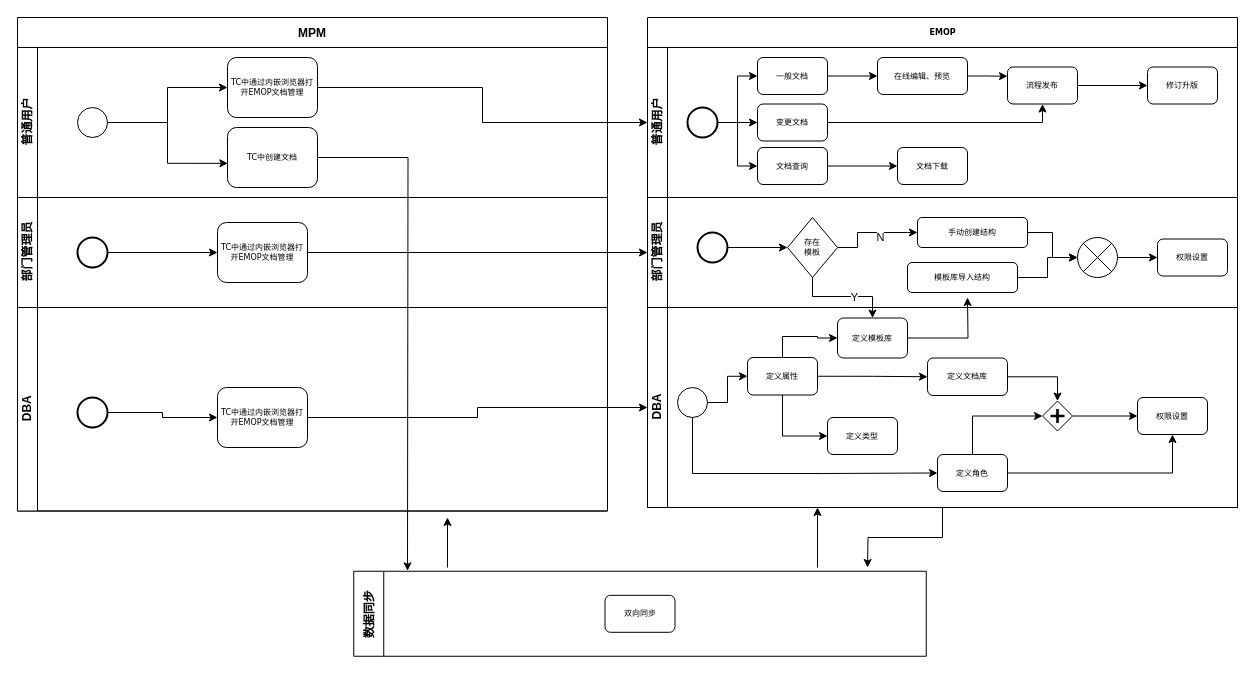
Earlier version of the draw.io diagram doc-wf-changan.drawio (lvmq/emop). Source tidied: cells renumbered, new cells numbered last; positions are measured from the earlier drawing's top-left corner, leaving out a move shared by most shapes. Both pictures are drawn from the tidied source at 100%, with x=0, y=0 at pixel (17, 17).
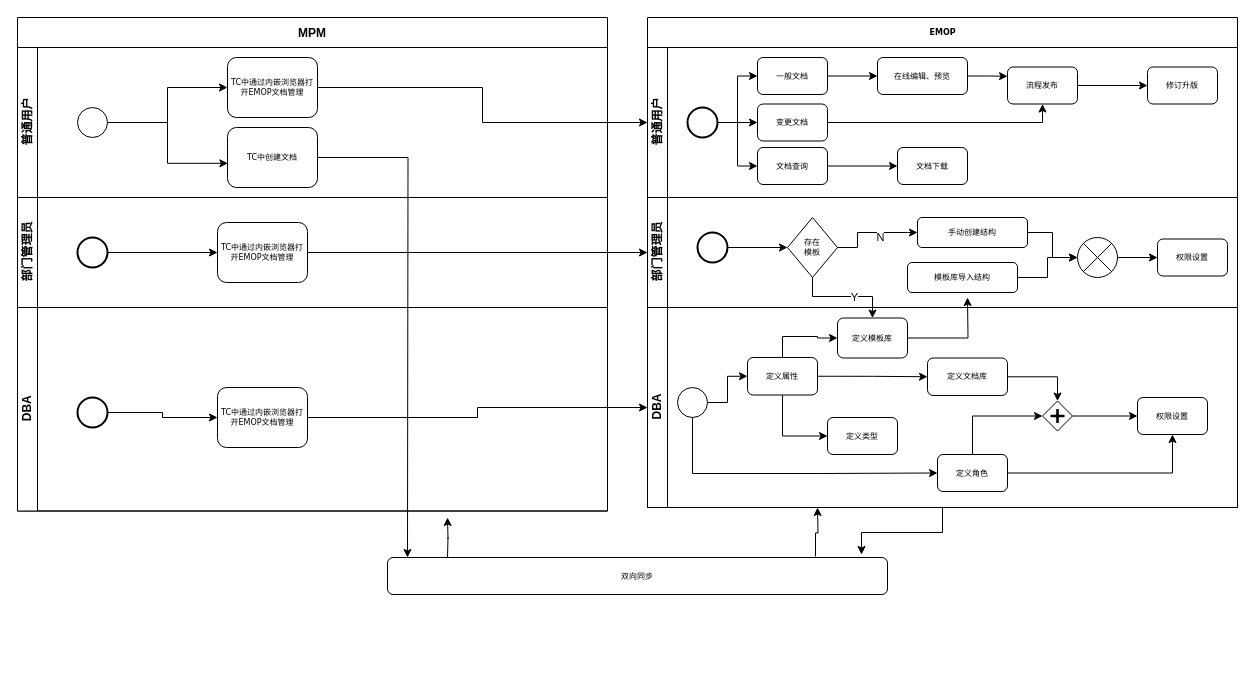
After the change.

The change refers to these unchanged cells:
```xml
<mxCell id="33" value="DBA" style="swimlane;html=1;startSize=20;horizontal=0;" parent="2" vertex="1">
  <mxGeometry y="290" width="590" height="200" as="geometry" />
</mxCell>
<mxCell id="61" value="TC中创建文档" style="rounded=1;whiteSpace=wrap;html=1;shadow=0;labelBackgroundColor=none;strokeWidth=1;fontFamily=Verdana;fontSize=8;align=center;rotation=0;" parent="56" vertex="1">
  <mxGeometry x="210" y="80" width="90" height="60" as="geometry" />
</mxCell>
```

The edit, as a diff of the source:
```diff
@@
-    <mxCell id="53" value="数据同步" style="swimlane;startSize=30;rotation=-90;" parent="1" vertex="1">
-      <mxGeometry x="580" y="310" width="85" height="572.5" as="geometry" />
-    </mxCell>
-    <mxCell id="54" value="双向同步" style="rounded=1;whiteSpace=wrap;html=1;shadow=0;labelBackgroundColor=none;strokeWidth=1;fontFamily=Verdana;fontSize=8;align=center;rotation=0;" parent="53" vertex="1">
-      <mxGeometry x="7.5" y="267.8" width="70" height="37" as="geometry" />
-    </mxCell>
@@
     <mxCell id="69" style="edgeStyle=orthogonalEdgeStyle;rounded=0;orthogonalLoop=1;jettySize=auto;html=1;" parent="1" edge="1">
       <mxGeometry relative="1" as="geometry">
-        <mxPoint x="430" y="550" as="sourcePoint" />
+        <mxPoint x="430" y="540" as="sourcePoint" />
         <mxPoint x="430" y="500" as="targetPoint" />
       </mxGeometry>
     </mxCell>
-    <mxCell id="70" style="edgeStyle=orthogonalEdgeStyle;rounded=0;orthogonalLoop=1;jettySize=auto;html=1;" parent="1" edge="1">
+    <mxCell id="70" style="edgeStyle=orthogonalEdgeStyle;rounded=0;jettySize=auto;html=1;exitX=0.856;exitY=-0.027;exitDx=0;exitDy=0;exitPerimeter=0;" parent="1" edge="1" source="54">
       <mxGeometry relative="1" as="geometry">
-        <mxPoint x="800" y="550" as="sourcePoint" />
         <mxPoint x="800" y="490" as="targetPoint" />
       </mxGeometry>
     </mxCell>
-    <mxCell id="71" style="edgeStyle=orthogonalEdgeStyle;rounded=0;jettySize=auto;html=1;" parent="1" edge="1" source="33">
-      <mxGeometry relative="1" as="geometry">
-        <mxPoint x="850" y="550" as="targetPoint" />
-      </mxGeometry>
+    <mxCell id="71" style="edgeStyle=orthogonalEdgeStyle;rounded=0;jettySize=auto;html=1;entryX=0.948;entryY=-0.081;entryDx=0;entryDy=0;entryPerimeter=0;" parent="1" edge="1" source="33" target="54">
+      <mxGeometry relative="1" as="geometry" />
     </mxCell>
     <mxCell id="72" style="edgeStyle=orthogonalEdgeStyle;rounded=0;jettySize=auto;html=1;exitX=1;exitY=0.5;exitDx=0;exitDy=0;" parent="1" edge="1" source="61">
       <mxGeometry relative="1" as="geometry">
-        <mxPoint x="390" y="553.3" as="targetPoint" />
+        <mxPoint x="390" y="540" as="targetPoint" />
       </mxGeometry>
     </mxCell>
@@
+    <mxCell id="54" value="双向同步" style="rounded=1;whiteSpace=wrap;html=1;shadow=0;labelBackgroundColor=none;strokeWidth=1;fontFamily=Verdana;fontSize=8;align=center;rotation=0;" parent="1" vertex="1">
+      <mxGeometry x="370" y="540" width="500" height="37" as="geometry" />
+    </mxCell>
```
